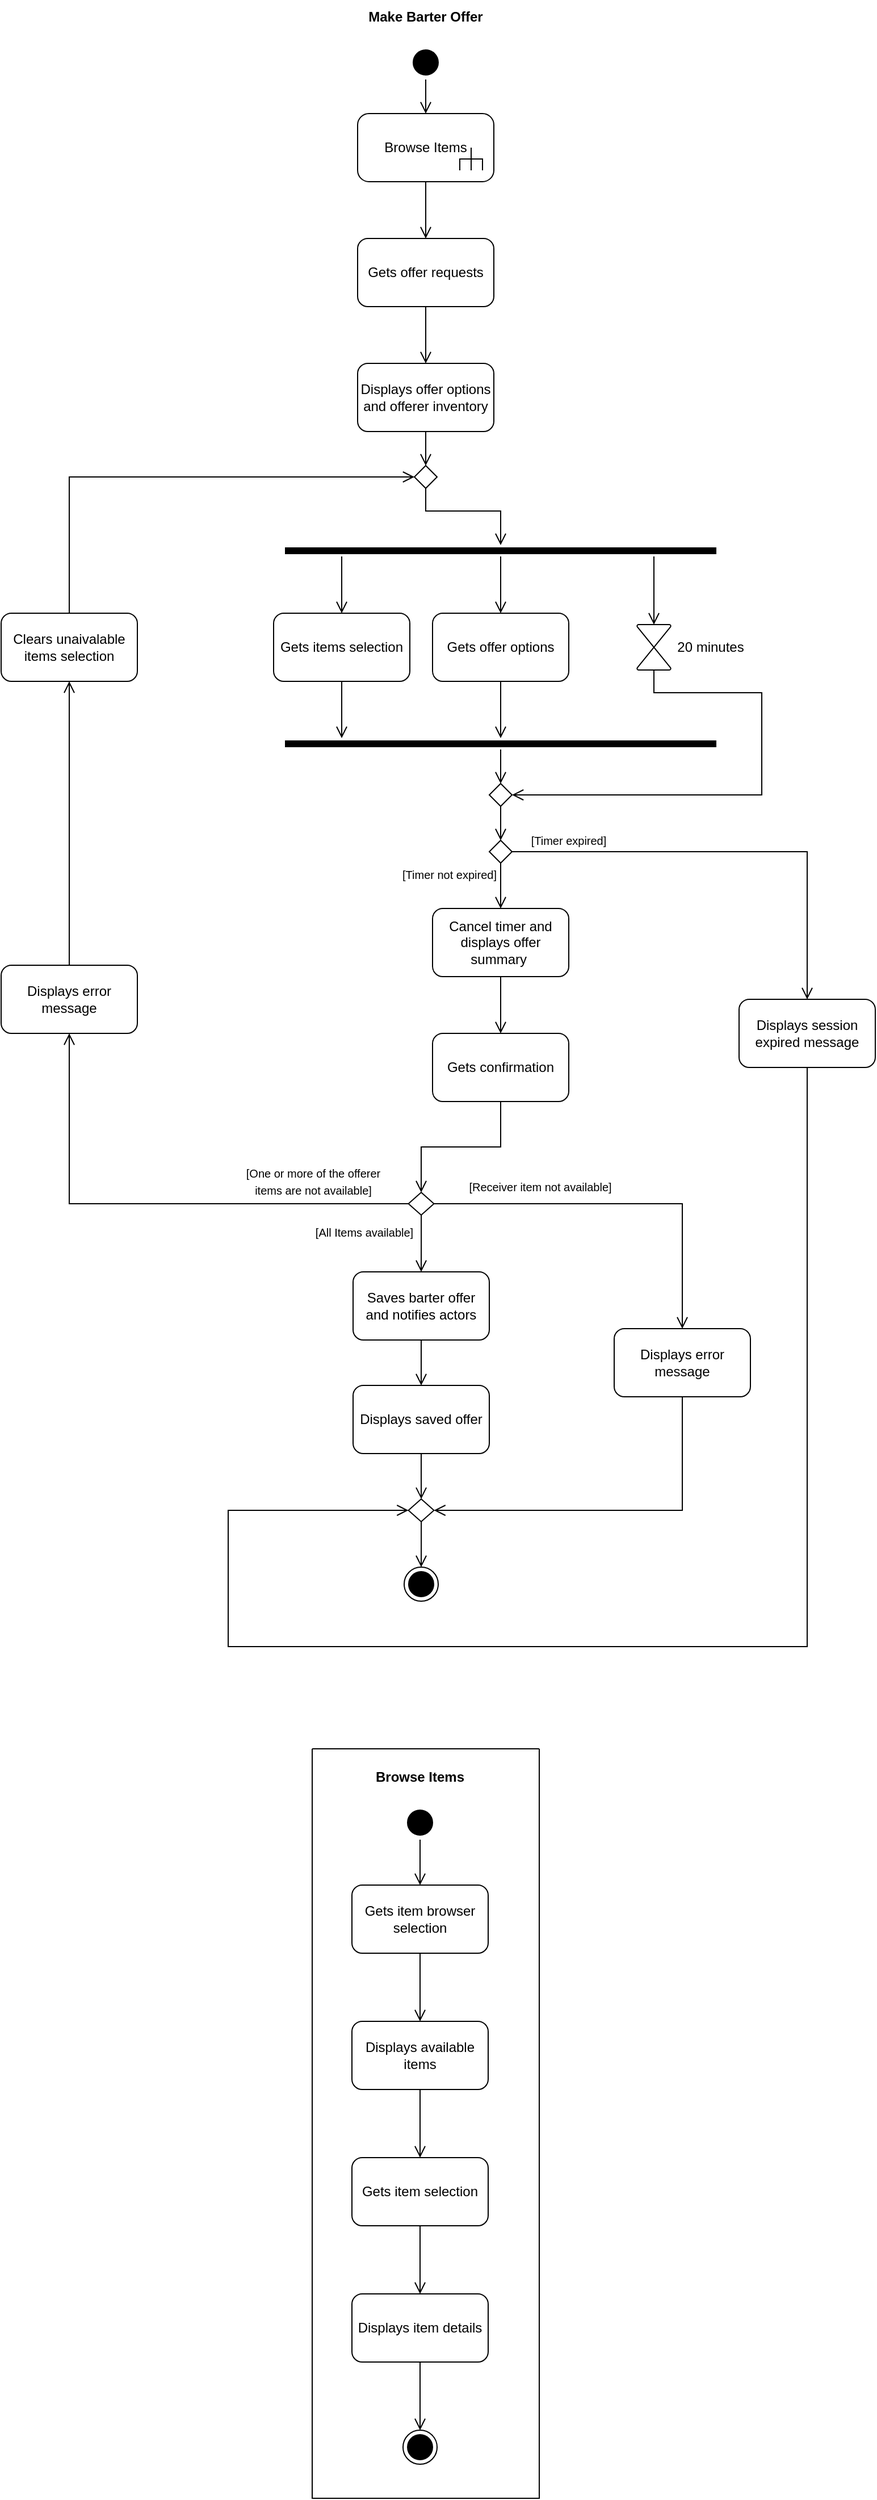
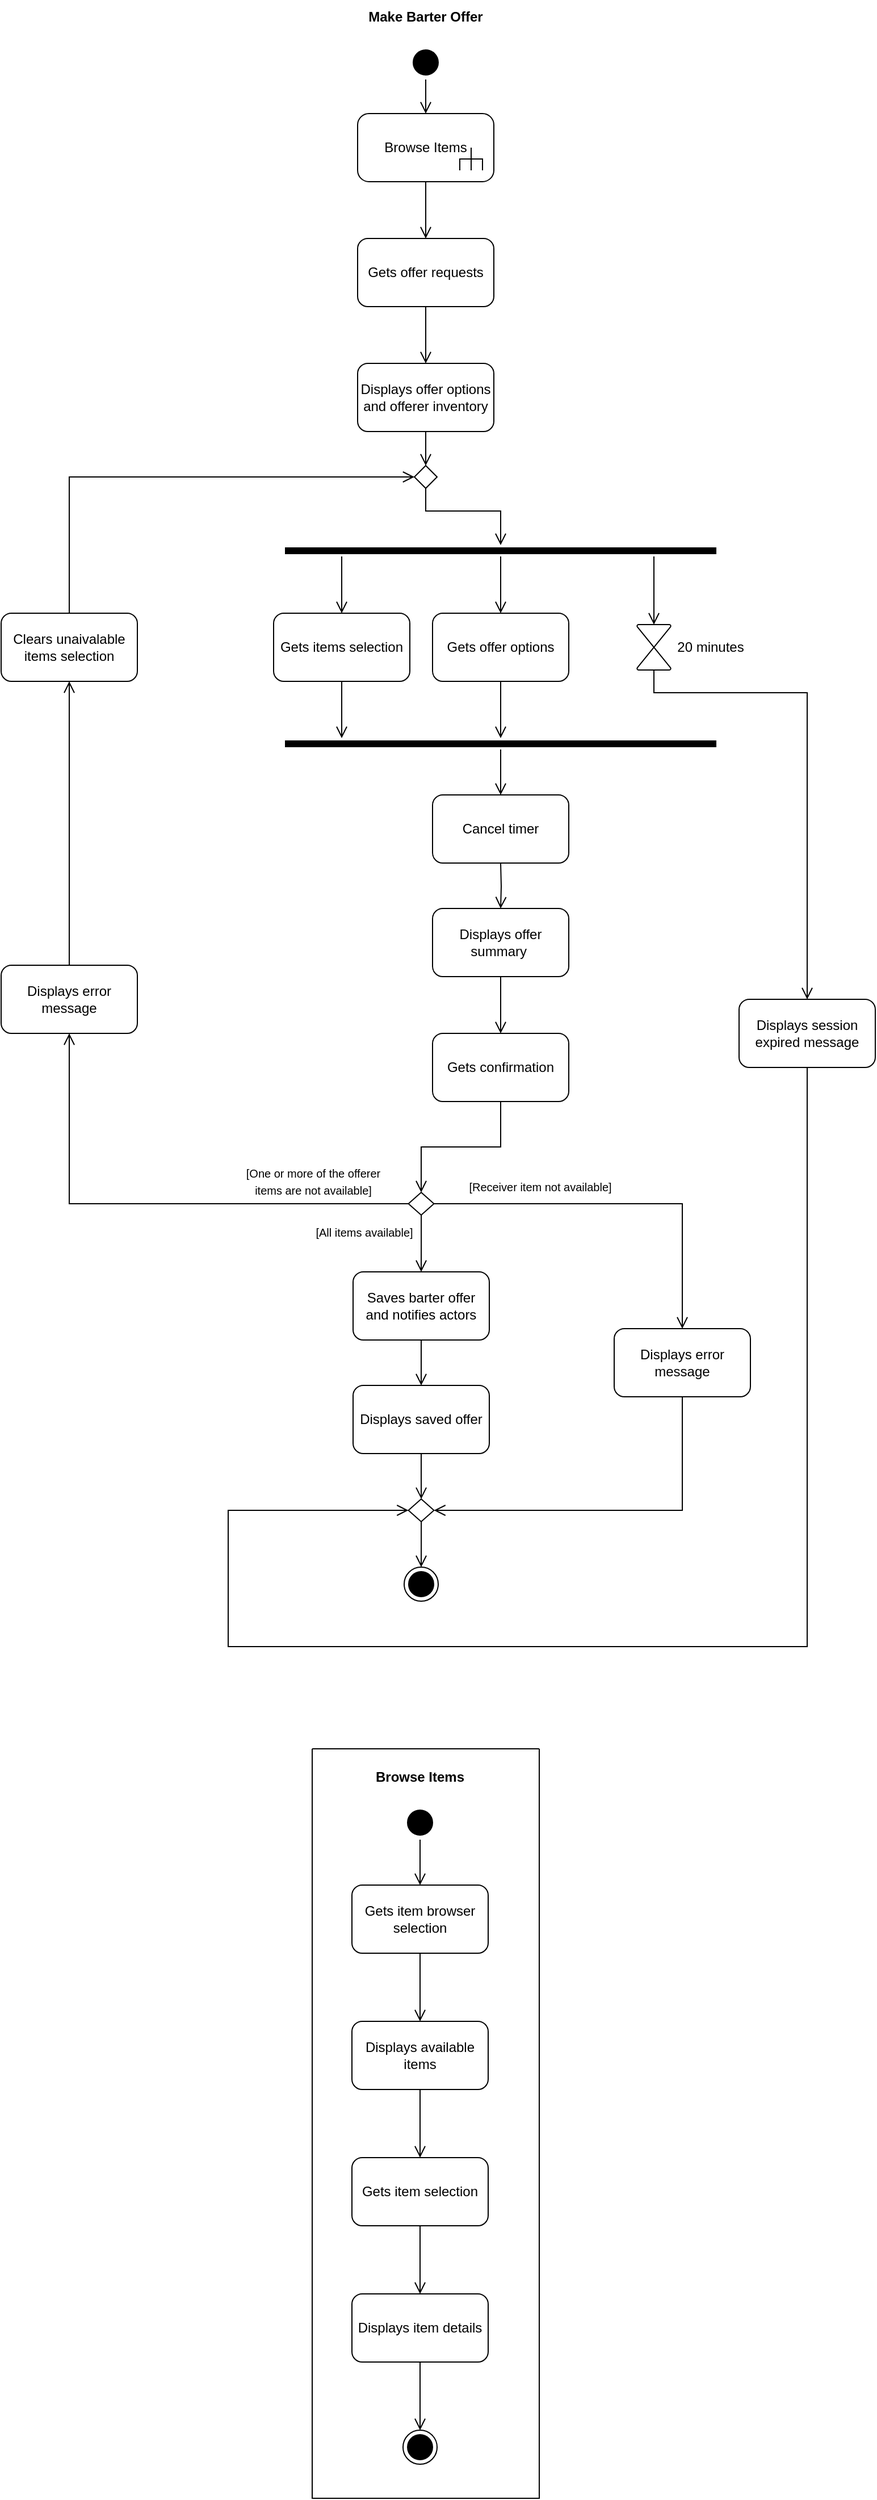
<mxfile host="app.diagrams.net">
  <diagram name="Pagina-1" id="wzVvh0PLMof7XneZ3m_G">
-     <mxGraphModel dx="2353" dy="1339" grid="1" gridSize="10" guides="1" tooltips="1" connect="1" arrows="1" fold="1" page="1" pageScale="1" pageWidth="827" pageHeight="1169" math="0" shadow="0">
+     <mxGraphModel dx="1148" dy="661" grid="1" gridSize="10" guides="1" tooltips="1" connect="1" arrows="1" fold="1" page="1" pageScale="1" pageWidth="827" pageHeight="1169" math="0" shadow="0">
      <root>
        <mxCell id="0" />
        <mxCell id="1" parent="0" />
        <mxCell id="98pQ5EC6WEBKg6TK99Ge-1" parent="1" style="text;html=1;whiteSpace=wrap;strokeColor=none;fillColor=none;align=center;verticalAlign=middle;rounded=0;" value="&lt;b&gt;Make Barter Offer&lt;/b&gt;" vertex="1">
          <mxGeometry height="30" width="140" x="344" y="20" as="geometry" />
        </mxCell>
        <mxCell id="98pQ5EC6WEBKg6TK99Ge-6" parent="1" style="ellipse;html=1;shape=startState;fillColor=#000000;strokeColor=#000000;" value="" vertex="1">
          <mxGeometry height="30" width="30" x="399" y="60" as="geometry" />
        </mxCell>
        <mxCell id="98pQ5EC6WEBKg6TK99Ge-7" edge="1" parent="1" source="98pQ5EC6WEBKg6TK99Ge-6" style="edgeStyle=orthogonalEdgeStyle;html=1;verticalAlign=bottom;endArrow=open;endSize=8;strokeColor=#000000;rounded=0;" target="_pa2qI_lrXjVzIk5UoWA-33" value="">
          <mxGeometry relative="1" as="geometry">
            <mxPoint x="414" y="120" as="targetPoint" />
          </mxGeometry>
        </mxCell>
        <mxCell id="98pQ5EC6WEBKg6TK99Ge-8" parent="1" style="rounded=1;whiteSpace=wrap;html=1;" value="Gets offer requests" vertex="1">
          <mxGeometry height="60" width="120" x="354" y="230" as="geometry" />
        </mxCell>
        <mxCell id="98pQ5EC6WEBKg6TK99Ge-9" parent="1" style="rounded=1;whiteSpace=wrap;html=1;" value="Displays offer options and offerer inventory" vertex="1">
          <mxGeometry height="60" width="120" x="354" y="340" as="geometry" />
        </mxCell>
-         <mxCell id="98pQ5EC6WEBKg6TK99Ge-11" parent="1" style="rounded=1;whiteSpace=wrap;html=1;" value="Cancel timer and displays offer summary&amp;nbsp;" vertex="1">
+         <mxCell id="98pQ5EC6WEBKg6TK99Ge-11" parent="1" style="rounded=1;whiteSpace=wrap;html=1;" value="Displays offer summary&amp;nbsp;" vertex="1">
          <mxGeometry height="60" width="120" x="420" y="820" as="geometry" />
        </mxCell>
        <mxCell id="98pQ5EC6WEBKg6TK99Ge-12" parent="1" style="rounded=1;whiteSpace=wrap;html=1;" value="Gets confirmation" vertex="1">
          <mxGeometry height="60" width="120" x="420" y="930" as="geometry" />
        </mxCell>
        <mxCell id="98pQ5EC6WEBKg6TK99Ge-14" parent="1" style="rounded=1;whiteSpace=wrap;html=1;" value="Saves barter offer and notifies actors" vertex="1">
          <mxGeometry height="60" width="120" x="350" y="1140" as="geometry" />
        </mxCell>
        <mxCell id="98pQ5EC6WEBKg6TK99Ge-16" parent="1" style="rounded=1;whiteSpace=wrap;html=1;" value="Displays saved offer" vertex="1">
          <mxGeometry height="60" width="120" x="350" y="1240" as="geometry" />
        </mxCell>
        <mxCell id="98pQ5EC6WEBKg6TK99Ge-17" edge="1" parent="1" source="_pa2qI_lrXjVzIk5UoWA-33" style="edgeStyle=orthogonalEdgeStyle;html=1;verticalAlign=bottom;endArrow=open;endSize=8;strokeColor=#000000;rounded=0;" target="98pQ5EC6WEBKg6TK99Ge-8" value="">
          <mxGeometry relative="1" as="geometry">
            <mxPoint x="414" y="180" as="sourcePoint" />
            <mxPoint x="414" y="230" as="targetPoint" />
          </mxGeometry>
        </mxCell>
        <mxCell id="98pQ5EC6WEBKg6TK99Ge-18" edge="1" parent="1" source="98pQ5EC6WEBKg6TK99Ge-8" style="edgeStyle=orthogonalEdgeStyle;html=1;verticalAlign=bottom;endArrow=open;endSize=8;strokeColor=#000000;rounded=0;exitX=0.5;exitY=1;exitDx=0;exitDy=0;" target="98pQ5EC6WEBKg6TK99Ge-9" value="">
          <mxGeometry relative="1" as="geometry">
            <mxPoint x="414" y="320" as="sourcePoint" />
            <mxPoint x="414" y="350" as="targetPoint" />
          </mxGeometry>
        </mxCell>
        <mxCell id="98pQ5EC6WEBKg6TK99Ge-19" edge="1" parent="1" source="98pQ5EC6WEBKg6TK99Ge-9" style="edgeStyle=orthogonalEdgeStyle;html=1;verticalAlign=bottom;endArrow=open;endSize=8;strokeColor=#000000;rounded=0;" target="98pQ5EC6WEBKg6TK99Ge-45" value="">
          <mxGeometry relative="1" as="geometry">
            <mxPoint x="404" y="450" as="sourcePoint" />
            <mxPoint x="404" y="480" as="targetPoint" />
          </mxGeometry>
        </mxCell>
-         <mxCell id="98pQ5EC6WEBKg6TK99Ge-20" edge="1" parent="1" source="_pa2qI_lrXjVzIk5UoWA-20" style="edgeStyle=orthogonalEdgeStyle;html=1;verticalAlign=bottom;endArrow=open;endSize=8;strokeColor=#000000;rounded=0;" target="98pQ5EC6WEBKg6TK99Ge-11" value="">
-           <mxGeometry relative="1" as="geometry">
-             <mxPoint x="695" y="1075" as="sourcePoint" />
+         <mxCell id="98pQ5EC6WEBKg6TK99Ge-20" edge="1" parent="1" style="edgeStyle=orthogonalEdgeStyle;html=1;verticalAlign=bottom;endArrow=open;endSize=8;strokeColor=#000000;rounded=0;" target="98pQ5EC6WEBKg6TK99Ge-11" value="">
+           <mxGeometry relative="1" as="geometry">
+             <mxPoint x="480" y="780" as="sourcePoint" />
            <mxPoint x="290" y="900" as="targetPoint" />
          </mxGeometry>
        </mxCell>
        <mxCell id="98pQ5EC6WEBKg6TK99Ge-21" edge="1" parent="1" source="98pQ5EC6WEBKg6TK99Ge-11" style="edgeStyle=orthogonalEdgeStyle;html=1;verticalAlign=bottom;endArrow=open;endSize=8;strokeColor=#000000;rounded=0;" target="98pQ5EC6WEBKg6TK99Ge-12" value="">
          <mxGeometry relative="1" as="geometry">
            <mxPoint x="290" y="990" as="sourcePoint" />
            <mxPoint x="290" y="1020" as="targetPoint" />
          </mxGeometry>
        </mxCell>
        <mxCell id="98pQ5EC6WEBKg6TK99Ge-22" edge="1" parent="1" source="98pQ5EC6WEBKg6TK99Ge-12" style="edgeStyle=orthogonalEdgeStyle;html=1;verticalAlign=bottom;endArrow=open;endSize=8;strokeColor=#000000;rounded=0;" target="98pQ5EC6WEBKg6TK99Ge-34" value="">
          <mxGeometry relative="1" as="geometry">
            <Array as="points">
              <mxPoint x="480" y="1030" />
              <mxPoint x="410" y="1030" />
            </Array>
            <mxPoint x="370" y="1060" as="sourcePoint" />
            <mxPoint x="370" y="1090" as="targetPoint" />
          </mxGeometry>
        </mxCell>
        <mxCell id="98pQ5EC6WEBKg6TK99Ge-23" edge="1" parent="1" source="98pQ5EC6WEBKg6TK99Ge-39" style="edgeStyle=orthogonalEdgeStyle;html=1;verticalAlign=bottom;endArrow=open;endSize=8;strokeColor=#000000;rounded=0;" target="98pQ5EC6WEBKg6TK99Ge-40" value="">
          <mxGeometry relative="1" as="geometry">
            <Array as="points">
              <mxPoint x="640" y="1350" />
            </Array>
            <mxPoint x="710" y="1340" as="sourcePoint" />
            <mxPoint x="370" y="1440" as="targetPoint" />
          </mxGeometry>
        </mxCell>
        <mxCell id="98pQ5EC6WEBKg6TK99Ge-26" edge="1" parent="1" source="98pQ5EC6WEBKg6TK99Ge-34" style="edgeStyle=orthogonalEdgeStyle;html=1;verticalAlign=bottom;endArrow=open;endSize=8;strokeColor=#000000;rounded=0;" target="98pQ5EC6WEBKg6TK99Ge-39" value="">
          <mxGeometry relative="1" as="geometry">
            <mxPoint x="470" y="1080" as="sourcePoint" />
            <mxPoint x="500" y="1080" as="targetPoint" />
          </mxGeometry>
        </mxCell>
        <mxCell id="98pQ5EC6WEBKg6TK99Ge-27" edge="1" parent="1" source="98pQ5EC6WEBKg6TK99Ge-34" style="edgeStyle=orthogonalEdgeStyle;html=1;verticalAlign=bottom;endArrow=open;endSize=8;strokeColor=#000000;rounded=0;exitX=0;exitY=0.5;exitDx=0;exitDy=0;" target="98pQ5EC6WEBKg6TK99Ge-42" value="">
          <mxGeometry relative="1" as="geometry">
            <mxPoint x="500" y="1030" as="sourcePoint" />
            <mxPoint x="200" y="1080" as="targetPoint" />
          </mxGeometry>
        </mxCell>
        <mxCell id="98pQ5EC6WEBKg6TK99Ge-28" edge="1" parent="1" source="98pQ5EC6WEBKg6TK99Ge-40" style="edgeStyle=orthogonalEdgeStyle;html=1;verticalAlign=bottom;endArrow=open;endSize=8;strokeColor=#000000;rounded=0;" target="98pQ5EC6WEBKg6TK99Ge-41" value="">
          <mxGeometry relative="1" as="geometry">
            <mxPoint x="521.05" y="1470" as="sourcePoint" />
            <mxPoint x="521.05" y="1500" as="targetPoint" />
          </mxGeometry>
        </mxCell>
        <mxCell id="98pQ5EC6WEBKg6TK99Ge-31" edge="1" parent="1" source="98pQ5EC6WEBKg6TK99Ge-43" style="edgeStyle=orthogonalEdgeStyle;html=1;verticalAlign=bottom;endArrow=open;endSize=8;strokeColor=#000000;rounded=0;" target="98pQ5EC6WEBKg6TK99Ge-45" value="">
          <mxGeometry relative="1" as="geometry">
            <Array as="points">
              <mxPoint x="100" y="440" />
            </Array>
            <mxPoint x="720" y="700" as="sourcePoint" />
            <mxPoint x="720" y="730" as="targetPoint" />
          </mxGeometry>
        </mxCell>
        <mxCell id="98pQ5EC6WEBKg6TK99Ge-32" edge="1" parent="1" source="98pQ5EC6WEBKg6TK99Ge-45" style="edgeStyle=orthogonalEdgeStyle;html=1;verticalAlign=bottom;endArrow=open;endSize=8;strokeColor=#000000;rounded=0;" target="_pa2qI_lrXjVzIk5UoWA-2" value="">
          <mxGeometry relative="1" as="geometry">
            <Array as="points">
              <mxPoint x="414" y="470" />
              <mxPoint x="480" y="470" />
            </Array>
            <mxPoint x="690" y="695" as="sourcePoint" />
            <mxPoint x="690" y="725" as="targetPoint" />
          </mxGeometry>
        </mxCell>
        <mxCell id="98pQ5EC6WEBKg6TK99Ge-33" edge="1" parent="1" source="98pQ5EC6WEBKg6TK99Ge-34" style="edgeStyle=orthogonalEdgeStyle;html=1;verticalAlign=bottom;endArrow=open;endSize=8;strokeColor=#000000;rounded=0;" target="98pQ5EC6WEBKg6TK99Ge-14" value="">
          <mxGeometry relative="1" as="geometry">
            <mxPoint x="580" y="1080" as="sourcePoint" />
            <mxPoint x="410" y="1120" as="targetPoint" />
          </mxGeometry>
        </mxCell>
        <mxCell id="98pQ5EC6WEBKg6TK99Ge-34" parent="1" style="rhombus;whiteSpace=wrap;html=1;" value="" vertex="1">
          <mxGeometry height="20" width="22.5" x="398.75" y="1070" as="geometry" />
        </mxCell>
        <mxCell id="98pQ5EC6WEBKg6TK99Ge-36" parent="1" style="text;html=1;whiteSpace=wrap;strokeColor=none;fillColor=none;align=center;verticalAlign=middle;rounded=0;" value="&lt;font style=&quot;font-size: 10px;&quot;&gt;[Receiver item not available]&lt;/font&gt;" vertex="1">
          <mxGeometry height="30" width="130" x="450" y="1050" as="geometry" />
        </mxCell>
        <mxCell id="98pQ5EC6WEBKg6TK99Ge-37" parent="1" style="text;html=1;whiteSpace=wrap;strokeColor=none;fillColor=none;align=center;verticalAlign=middle;rounded=0;" value="&lt;font style=&quot;font-size: 10px;&quot;&gt;[One or more of the offerer items are not available]&lt;/font&gt;" vertex="1">
          <mxGeometry height="30" width="130" x="250" y="1045" as="geometry" />
        </mxCell>
-         <mxCell id="98pQ5EC6WEBKg6TK99Ge-38" parent="1" style="text;html=1;whiteSpace=wrap;strokeColor=none;fillColor=none;align=center;verticalAlign=middle;rounded=0;" value="&lt;font style=&quot;font-size: 10px;&quot;&gt;[All Items available]&lt;/font&gt;" vertex="1">
+         <mxCell id="98pQ5EC6WEBKg6TK99Ge-38" parent="1" style="text;html=1;whiteSpace=wrap;strokeColor=none;fillColor=none;align=center;verticalAlign=middle;rounded=0;" value="&lt;font style=&quot;font-size: 10px;&quot;&gt;[All items available]&lt;/font&gt;" vertex="1">
          <mxGeometry height="30" width="90" x="315" y="1090" as="geometry" />
        </mxCell>
        <mxCell id="98pQ5EC6WEBKg6TK99Ge-39" parent="1" style="rounded=1;whiteSpace=wrap;html=1;" value="Displays error message" vertex="1">
          <mxGeometry height="60" width="120" x="580" y="1190" as="geometry" />
        </mxCell>
        <mxCell id="98pQ5EC6WEBKg6TK99Ge-40" parent="1" style="rhombus;whiteSpace=wrap;html=1;" value="" vertex="1">
          <mxGeometry height="20" width="22.5" x="398.75" y="1340" as="geometry" />
        </mxCell>
        <mxCell id="98pQ5EC6WEBKg6TK99Ge-41" parent="1" style="ellipse;html=1;shape=endState;fillColor=#000000;strokeColor=#000000;" value="" vertex="1">
          <mxGeometry height="30" width="30" x="395" y="1400" as="geometry" />
        </mxCell>
        <mxCell id="98pQ5EC6WEBKg6TK99Ge-42" parent="1" style="rounded=1;whiteSpace=wrap;html=1;" value="Displays error message" vertex="1">
          <mxGeometry height="60" width="120" x="40" y="870" as="geometry" />
        </mxCell>
        <mxCell id="98pQ5EC6WEBKg6TK99Ge-43" parent="1" style="rounded=1;whiteSpace=wrap;html=1;" value="Clears unaivalable items selection" vertex="1">
          <mxGeometry height="60" width="120" x="40" y="560" as="geometry" />
        </mxCell>
        <mxCell id="98pQ5EC6WEBKg6TK99Ge-45" parent="1" style="rhombus;whiteSpace=wrap;html=1;" value="" vertex="1">
          <mxGeometry height="20" width="20" x="404" y="430" as="geometry" />
        </mxCell>
        <mxCell id="98pQ5EC6WEBKg6TK99Ge-47" edge="1" parent="1" source="98pQ5EC6WEBKg6TK99Ge-42" style="edgeStyle=orthogonalEdgeStyle;html=1;verticalAlign=bottom;endArrow=open;endSize=8;strokeColor=#000000;rounded=0;" target="98pQ5EC6WEBKg6TK99Ge-43" value="">
          <mxGeometry relative="1" as="geometry">
            <mxPoint x="190" y="450" as="sourcePoint" />
            <mxPoint x="190" y="480" as="targetPoint" />
          </mxGeometry>
        </mxCell>
        <mxCell id="98pQ5EC6WEBKg6TK99Ge-49" edge="1" parent="1" source="98pQ5EC6WEBKg6TK99Ge-16" style="edgeStyle=orthogonalEdgeStyle;html=1;verticalAlign=bottom;endArrow=open;endSize=8;strokeColor=#000000;rounded=0;" target="98pQ5EC6WEBKg6TK99Ge-40" value="">
          <mxGeometry relative="1" as="geometry">
            <mxPoint x="590" y="890" as="sourcePoint" />
            <mxPoint x="440" y="1420" as="targetPoint" />
          </mxGeometry>
        </mxCell>
        <mxCell id="98pQ5EC6WEBKg6TK99Ge-54" edge="1" parent="1" source="98pQ5EC6WEBKg6TK99Ge-14" style="edgeStyle=orthogonalEdgeStyle;html=1;verticalAlign=bottom;endArrow=open;endSize=8;strokeColor=#000000;rounded=0;" target="98pQ5EC6WEBKg6TK99Ge-16" value="">
          <mxGeometry relative="1" as="geometry">
            <mxPoint x="410" y="1280" as="sourcePoint" />
            <mxPoint x="410" y="1350" as="targetPoint" />
          </mxGeometry>
        </mxCell>
        <mxCell id="98pQ5EC6WEBKg6TK99Ge-60" parent="1" style="rounded=1;whiteSpace=wrap;html=1;" value="Gets item browser selection" vertex="1">
          <mxGeometry height="60" width="120" x="349" y="1680" as="geometry" />
        </mxCell>
        <mxCell id="98pQ5EC6WEBKg6TK99Ge-61" parent="1" style="rounded=1;whiteSpace=wrap;html=1;" value="Displays available items" vertex="1">
          <mxGeometry height="60" width="120" x="349" y="1800" as="geometry" />
        </mxCell>
        <mxCell id="98pQ5EC6WEBKg6TK99Ge-62" parent="1" style="rounded=1;whiteSpace=wrap;html=1;" value="Gets item selection" vertex="1">
          <mxGeometry height="60" width="120" x="349" y="1920" as="geometry" />
        </mxCell>
        <mxCell id="98pQ5EC6WEBKg6TK99Ge-63" parent="1" style="ellipse;html=1;shape=startState;fillColor=#000000;strokeColor=#000000;" value="" vertex="1">
          <mxGeometry height="30" width="30" x="394" y="1610" as="geometry" />
        </mxCell>
        <mxCell id="98pQ5EC6WEBKg6TK99Ge-64" parent="1" style="ellipse;html=1;shape=endState;fillColor=#000000;strokeColor=#000000;" value="" vertex="1">
          <mxGeometry height="30" width="30" x="394" y="2160" as="geometry" />
        </mxCell>
        <mxCell id="98pQ5EC6WEBKg6TK99Ge-65" edge="1" parent="1" source="98pQ5EC6WEBKg6TK99Ge-63" style="edgeStyle=orthogonalEdgeStyle;html=1;verticalAlign=bottom;endArrow=open;endSize=8;strokeColor=#000000;rounded=0;" target="98pQ5EC6WEBKg6TK99Ge-60" value="">
          <mxGeometry relative="1" as="geometry">
            <mxPoint x="454" y="1640" as="sourcePoint" />
            <mxPoint x="454" y="1670" as="targetPoint" />
          </mxGeometry>
        </mxCell>
        <mxCell id="98pQ5EC6WEBKg6TK99Ge-66" edge="1" parent="1" source="98pQ5EC6WEBKg6TK99Ge-60" style="edgeStyle=orthogonalEdgeStyle;html=1;verticalAlign=bottom;endArrow=open;endSize=8;strokeColor=#000000;rounded=0;" target="98pQ5EC6WEBKg6TK99Ge-61" value="">
          <mxGeometry relative="1" as="geometry">
            <mxPoint x="474" y="1790" as="sourcePoint" />
            <mxPoint x="474" y="1820" as="targetPoint" />
          </mxGeometry>
        </mxCell>
        <mxCell id="98pQ5EC6WEBKg6TK99Ge-67" edge="1" parent="1" source="98pQ5EC6WEBKg6TK99Ge-61" style="edgeStyle=orthogonalEdgeStyle;html=1;verticalAlign=bottom;endArrow=open;endSize=8;strokeColor=#000000;rounded=0;" target="98pQ5EC6WEBKg6TK99Ge-62" value="">
          <mxGeometry relative="1" as="geometry">
            <mxPoint x="544" y="2000" as="sourcePoint" />
            <mxPoint x="544" y="2030" as="targetPoint" />
          </mxGeometry>
        </mxCell>
        <mxCell id="98pQ5EC6WEBKg6TK99Ge-68" edge="1" parent="1" source="98pQ5EC6WEBKg6TK99Ge-62" style="edgeStyle=orthogonalEdgeStyle;html=1;verticalAlign=bottom;endArrow=open;endSize=8;strokeColor=#000000;rounded=0;" target="98pQ5EC6WEBKg6TK99Ge-70" value="">
          <mxGeometry relative="1" as="geometry">
            <mxPoint x="554" y="2140" as="sourcePoint" />
            <mxPoint x="554" y="2170" as="targetPoint" />
          </mxGeometry>
        </mxCell>
        <mxCell id="98pQ5EC6WEBKg6TK99Ge-69" edge="1" parent="1" source="98pQ5EC6WEBKg6TK99Ge-70" style="edgeStyle=orthogonalEdgeStyle;html=1;verticalAlign=bottom;endArrow=open;endSize=8;strokeColor=#000000;rounded=0;" target="98pQ5EC6WEBKg6TK99Ge-64" value="">
          <mxGeometry relative="1" as="geometry">
            <mxPoint x="534" y="2280" as="sourcePoint" />
            <mxPoint x="534" y="2310" as="targetPoint" />
          </mxGeometry>
        </mxCell>
        <mxCell id="98pQ5EC6WEBKg6TK99Ge-70" parent="1" style="rounded=1;whiteSpace=wrap;html=1;" value="Displays item details" vertex="1">
          <mxGeometry height="60" width="120" x="349" y="2040" as="geometry" />
        </mxCell>
        <mxCell id="_pa2qI_lrXjVzIk5UoWA-2" parent="1" style="shape=line;html=1;strokeWidth=6;strokeColor=#000000;" value="" vertex="1">
          <mxGeometry height="10" width="380" x="290" y="500" as="geometry" />
        </mxCell>
        <mxCell id="_pa2qI_lrXjVzIk5UoWA-3" parent="1" style="shape=line;html=1;strokeWidth=6;strokeColor=#000000;" value="" vertex="1">
          <mxGeometry height="10" width="380" x="290" y="670" as="geometry" />
        </mxCell>
        <mxCell id="_pa2qI_lrXjVzIk5UoWA-4" parent="1" style="rounded=1;whiteSpace=wrap;html=1;" value="Gets items selection" vertex="1">
          <mxGeometry height="60" width="120" x="280" y="560" as="geometry" />
        </mxCell>
        <mxCell id="_pa2qI_lrXjVzIk5UoWA-5" parent="1" style="rounded=1;whiteSpace=wrap;html=1;" value="Gets offer options" vertex="1">
          <mxGeometry height="60" width="120" x="420" y="560" as="geometry" />
        </mxCell>
        <mxCell id="_pa2qI_lrXjVzIk5UoWA-8" parent="1" style="verticalLabelPosition=bottom;verticalAlign=top;html=1;shape=mxgraph.flowchart.collate;" value="" vertex="1">
          <mxGeometry height="40" width="30" x="600" y="570" as="geometry" />
        </mxCell>
        <mxCell id="_pa2qI_lrXjVzIk5UoWA-9" edge="1" parent="1" source="_pa2qI_lrXjVzIk5UoWA-2" style="edgeStyle=orthogonalEdgeStyle;html=1;verticalAlign=bottom;endArrow=open;endSize=8;strokeColor=#000000;rounded=0;" target="_pa2qI_lrXjVzIk5UoWA-4" value="">
          <mxGeometry relative="1" as="geometry">
            <Array as="points">
              <mxPoint x="340" y="520" />
              <mxPoint x="340" y="520" />
            </Array>
            <mxPoint x="800" y="520" as="sourcePoint" />
            <mxPoint x="800" y="570" as="targetPoint" />
          </mxGeometry>
        </mxCell>
        <mxCell id="_pa2qI_lrXjVzIk5UoWA-10" parent="1" style="text;html=1;whiteSpace=wrap;strokeColor=none;fillColor=none;align=center;verticalAlign=middle;rounded=0;" value="20 minutes" vertex="1">
          <mxGeometry height="30" width="90" x="620" y="575" as="geometry" />
        </mxCell>
        <mxCell id="_pa2qI_lrXjVzIk5UoWA-12" edge="1" parent="1" source="_pa2qI_lrXjVzIk5UoWA-2" style="edgeStyle=orthogonalEdgeStyle;html=1;verticalAlign=bottom;endArrow=open;endSize=8;strokeColor=#000000;rounded=0;" target="_pa2qI_lrXjVzIk5UoWA-8" value="">
          <mxGeometry relative="1" as="geometry">
            <Array as="points">
              <mxPoint x="615" y="520" />
              <mxPoint x="615" y="520" />
            </Array>
            <mxPoint x="790" y="760" as="sourcePoint" />
            <mxPoint x="790" y="810" as="targetPoint" />
          </mxGeometry>
        </mxCell>
        <mxCell id="_pa2qI_lrXjVzIk5UoWA-13" edge="1" parent="1" source="_pa2qI_lrXjVzIk5UoWA-2" style="edgeStyle=orthogonalEdgeStyle;html=1;verticalAlign=bottom;endArrow=open;endSize=8;strokeColor=#000000;rounded=0;" target="_pa2qI_lrXjVzIk5UoWA-5" value="">
          <mxGeometry relative="1" as="geometry">
            <mxPoint x="800" y="410" as="sourcePoint" />
            <mxPoint x="800" y="460" as="targetPoint" />
          </mxGeometry>
        </mxCell>
        <mxCell id="_pa2qI_lrXjVzIk5UoWA-16" edge="1" parent="1" source="_pa2qI_lrXjVzIk5UoWA-5" style="edgeStyle=orthogonalEdgeStyle;html=1;verticalAlign=bottom;endArrow=open;endSize=8;strokeColor=#000000;rounded=0;" target="_pa2qI_lrXjVzIk5UoWA-3" value="">
          <mxGeometry relative="1" as="geometry">
            <Array as="points" />
            <mxPoint x="420" y="640" as="sourcePoint" />
            <mxPoint x="480" y="670" as="targetPoint" />
          </mxGeometry>
        </mxCell>
        <mxCell id="_pa2qI_lrXjVzIk5UoWA-17" edge="1" parent="1" source="_pa2qI_lrXjVzIk5UoWA-4" style="edgeStyle=orthogonalEdgeStyle;html=1;verticalAlign=bottom;endArrow=open;endSize=8;strokeColor=#000000;rounded=0;" target="_pa2qI_lrXjVzIk5UoWA-3" value="">
          <mxGeometry relative="1" as="geometry">
            <Array as="points">
              <mxPoint x="340" y="650" />
              <mxPoint x="340" y="650" />
            </Array>
            <mxPoint x="360" y="660" as="sourcePoint" />
            <mxPoint x="470" y="680" as="targetPoint" />
          </mxGeometry>
        </mxCell>
-         <mxCell id="_pa2qI_lrXjVzIk5UoWA-18" edge="1" parent="1" source="_pa2qI_lrXjVzIk5UoWA-20" style="edgeStyle=orthogonalEdgeStyle;html=1;verticalAlign=bottom;endArrow=open;endSize=8;strokeColor=#000000;rounded=0;" target="_pa2qI_lrXjVzIk5UoWA-22" value="">
-           <mxGeometry relative="1" as="geometry">
-             <Array as="points">
-               <mxPoint x="750" y="770" />
-             </Array>
-             <mxPoint x="490" y="770" as="sourcePoint" />
-             <mxPoint x="760.0285714285715" y="910" as="targetPoint" />
-           </mxGeometry>
-         </mxCell>
-         <mxCell id="_pa2qI_lrXjVzIk5UoWA-20" parent="1" style="rhombus;whiteSpace=wrap;html=1;" value="" vertex="1">
-           <mxGeometry height="20" width="20" x="470" y="760" as="geometry" />
-         </mxCell>
-         <mxCell id="_pa2qI_lrXjVzIk5UoWA-21" parent="1" style="text;html=1;whiteSpace=wrap;strokeColor=none;fillColor=none;align=center;verticalAlign=middle;rounded=0;" value="&lt;font style=&quot;font-size: 10px;&quot;&gt;[Timer expired]&lt;/font&gt;" vertex="1">
-           <mxGeometry height="30" width="100" x="490" y="745" as="geometry" />
-         </mxCell>
        <mxCell id="_pa2qI_lrXjVzIk5UoWA-22" parent="1" style="rounded=1;whiteSpace=wrap;html=1;" value="Displays session expired message" vertex="1">
          <mxGeometry height="60" width="120" x="690" y="900" as="geometry" />
-         </mxCell>
-         <mxCell id="_pa2qI_lrXjVzIk5UoWA-23" parent="1" style="text;html=1;whiteSpace=wrap;strokeColor=none;fillColor=none;align=center;verticalAlign=middle;rounded=0;" value="&lt;font style=&quot;font-size: 10px;&quot;&gt;[Timer not expired]&lt;/font&gt;" vertex="1">
-           <mxGeometry height="30" width="100" x="385" y="775" as="geometry" />
        </mxCell>
        <mxCell id="_pa2qI_lrXjVzIk5UoWA-25" edge="1" parent="1" source="_pa2qI_lrXjVzIk5UoWA-22" style="edgeStyle=orthogonalEdgeStyle;html=1;verticalAlign=bottom;endArrow=open;endSize=8;strokeColor=#000000;rounded=0;" target="98pQ5EC6WEBKg6TK99Ge-40" value="">
          <mxGeometry relative="1" as="geometry">
            <Array as="points">
              <mxPoint x="750" y="1470" />
              <mxPoint x="240" y="1470" />
              <mxPoint x="240" y="1350" />
            </Array>
            <mxPoint x="1310" y="910" as="sourcePoint" />
            <mxPoint x="1140" y="1240" as="targetPoint" />
          </mxGeometry>
        </mxCell>
        <mxCell id="_pa2qI_lrXjVzIk5UoWA-26" parent="1" style="swimlane;startSize=0;" value="" vertex="1">
          <mxGeometry height="660" width="200" x="314" y="1560" as="geometry" />
        </mxCell>
        <mxCell id="98pQ5EC6WEBKg6TK99Ge-3" parent="_pa2qI_lrXjVzIk5UoWA-26" style="text;html=1;whiteSpace=wrap;strokeColor=none;fillColor=none;align=center;verticalAlign=middle;rounded=0;" value="&lt;b&gt;Browse Items&lt;/b&gt;" vertex="1">
          <mxGeometry height="30" width="100" x="45" y="10" as="geometry" />
        </mxCell>
        <mxCell id="_pa2qI_lrXjVzIk5UoWA-33" parent="1" style="html=1;shape=mxgraph.sysml.callBehAct;whiteSpace=wrap;align=center;" value="Browse Items" vertex="1">
          <mxGeometry height="60" width="120" x="354" y="120" as="geometry" />
        </mxCell>
-         <mxCell id="_pa2qI_lrXjVzIk5UoWA-34" edge="1" parent="1" source="_pa2qI_lrXjVzIk5UoWA-3" style="edgeStyle=orthogonalEdgeStyle;html=1;verticalAlign=bottom;endArrow=open;endSize=8;strokeColor=#000000;rounded=0;" target="_pa2qI_lrXjVzIk5UoWA-36" value="">
+         <mxCell id="_pa2qI_lrXjVzIk5UoWA-34" edge="1" parent="1" source="_pa2qI_lrXjVzIk5UoWA-3" style="edgeStyle=orthogonalEdgeStyle;html=1;verticalAlign=bottom;endArrow=open;endSize=8;strokeColor=#000000;rounded=0;" target="_pa2qI_lrXjVzIk5UoWA-38" value="">
          <mxGeometry relative="1" as="geometry">
            <mxPoint x="490" y="740" as="sourcePoint" />
-             <mxPoint x="420" y="760" as="targetPoint" />
-           </mxGeometry>
-         </mxCell>
-         <mxCell id="_pa2qI_lrXjVzIk5UoWA-35" edge="1" parent="1" source="_pa2qI_lrXjVzIk5UoWA-8" style="edgeStyle=orthogonalEdgeStyle;html=1;verticalAlign=bottom;endArrow=open;endSize=8;strokeColor=#000000;rounded=0;" target="_pa2qI_lrXjVzIk5UoWA-36" value="">
+             <mxPoint x="480" y="710" as="targetPoint" />
+           </mxGeometry>
+         </mxCell>
+         <mxCell id="_pa2qI_lrXjVzIk5UoWA-35" edge="1" parent="1" source="_pa2qI_lrXjVzIk5UoWA-8" style="edgeStyle=orthogonalEdgeStyle;html=1;verticalAlign=bottom;endArrow=open;endSize=8;strokeColor=#000000;rounded=0;" target="_pa2qI_lrXjVzIk5UoWA-22" value="">
          <mxGeometry relative="1" as="geometry">
            <Array as="points">
              <mxPoint x="615" y="630" />
-               <mxPoint x="710" y="630" />
-               <mxPoint x="710" y="720" />
+               <mxPoint x="750" y="630" />
            </Array>
            <mxPoint x="710" y="650" as="sourcePoint" />
            <mxPoint x="610" y="720" as="targetPoint" />
          </mxGeometry>
        </mxCell>
-         <mxCell id="_pa2qI_lrXjVzIk5UoWA-36" parent="1" style="rhombus;whiteSpace=wrap;html=1;" value="" vertex="1">
-           <mxGeometry height="20" width="20" x="470" y="710" as="geometry" />
-         </mxCell>
-         <mxCell id="_pa2qI_lrXjVzIk5UoWA-37" edge="1" parent="1" source="_pa2qI_lrXjVzIk5UoWA-36" style="edgeStyle=orthogonalEdgeStyle;html=1;verticalAlign=bottom;endArrow=open;endSize=8;strokeColor=#000000;rounded=0;" target="_pa2qI_lrXjVzIk5UoWA-20" value="">
-           <mxGeometry relative="1" as="geometry">
-             <mxPoint x="430" y="750" as="sourcePoint" />
-             <mxPoint x="430" y="770" as="targetPoint" />
-           </mxGeometry>
+         <mxCell id="_pa2qI_lrXjVzIk5UoWA-38" parent="1" style="rounded=1;whiteSpace=wrap;html=1;" value="Cancel timer" vertex="1">
+           <mxGeometry height="60" width="120" x="420" y="720" as="geometry" />
        </mxCell>
      </root>
    </mxGraphModel>
  </diagram>
</mxfile>
